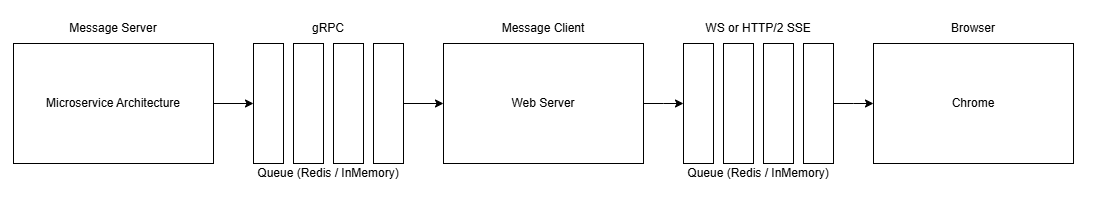
Earlier version of the draw.io export assets/schema.png (tripolskypetr/node-redis-grpc-stream-queue). Source tidied: cells renumbered, new cells last; positions are measured from the earlier drawing's top-left corner, leaving out a move shared by most shapes.
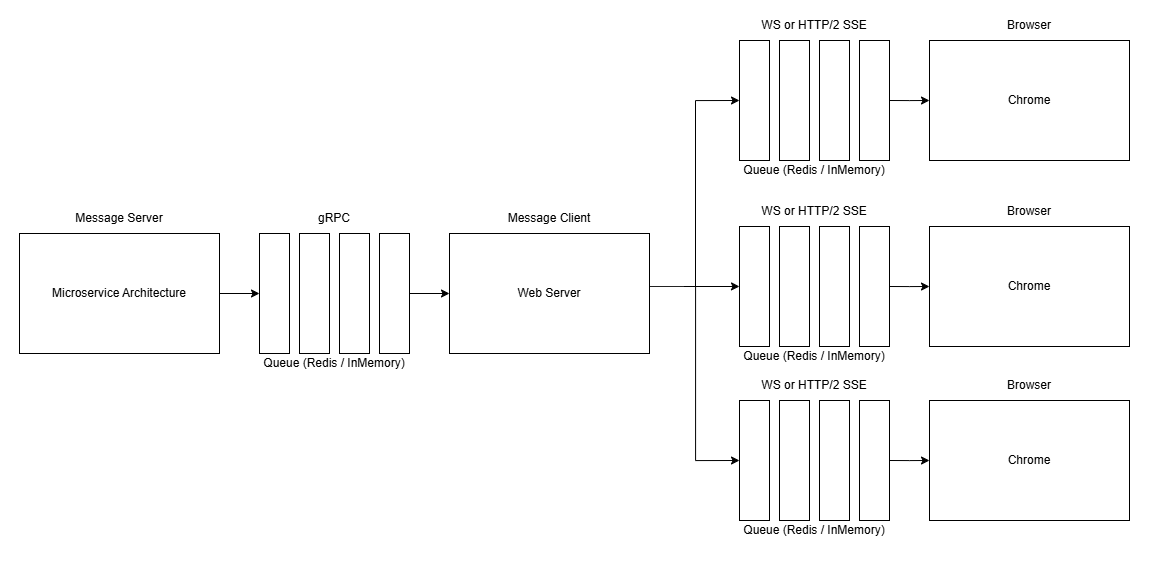
After the change.

Diff of the diagram source:
```diff
@@ -29,11 +29,6 @@
     <mxCell id="10" value="Queue (Redis / InMemory)" style="text;html=1;align=center;verticalAlign=middle;whiteSpace=wrap;rounded=0;" parent="1" vertex="1">
       <mxGeometry x="240" y="150" width="150" height="20" as="geometry" />
     </mxCell>
-    <mxCell id="11" style="edgeStyle=orthogonalEdgeStyle;rounded=0;jettySize=auto;html=1;exitX=1;exitY=0.5;exitDx=0;exitDy=0;entryX=0;entryY=0.5;entryDx=0;entryDy=0;" parent="1" edge="1" source="12">
-      <mxGeometry relative="1" as="geometry">
-        <mxPoint x="670" y="90" as="targetPoint" />
-      </mxGeometry>
-    </mxCell>
     <mxCell id="12" style="rounded=0;whiteSpace=wrap;html=1;" parent="1" vertex="1">
       <mxGeometry x="430" y="30" width="200" height="120" as="geometry" />
     </mxCell>
@@ -41,42 +36,120 @@
       <mxGeometry x="430" width="200" height="30" as="geometry" />
     </mxCell>
     <mxCell id="14" value="Queue (Redis / InMemory)" style="text;html=1;align=center;verticalAlign=middle;whiteSpace=wrap;rounded=0;" parent="1" vertex="1">
-      <mxGeometry x="670" y="150" width="150" height="20" as="geometry" />
+      <mxGeometry x="720" y="-43" width="150" height="20" as="geometry" />
     </mxCell>
     <mxCell id="15" style="rounded=0;whiteSpace=wrap;html=1;" parent="1" vertex="1">
-      <mxGeometry x="860" y="30" width="200" height="120" as="geometry" />
+      <mxGeometry x="910" y="-163" width="200" height="120" as="geometry" />
     </mxCell>
+    <mxCell id="26" style="edgeStyle=orthogonalEdgeStyle;rounded=0;jettySize=auto;html=1;exitX=1;exitY=0.25;exitDx=0;exitDy=0;entryX=0;entryY=0.5;entryDx=0;entryDy=0;" parent="1" edge="1" source="16" target="31">
+      <mxGeometry relative="1" as="geometry" />
+    </mxCell>
+    <mxCell id="27" style="edgeStyle=orthogonalEdgeStyle;rounded=0;jettySize=auto;html=1;exitX=1;exitY=0.25;exitDx=0;exitDy=0;entryX=0;entryY=0.5;entryDx=0;entryDy=0;" parent="1" edge="1" source="16" target="17">
+      <mxGeometry relative="1" as="geometry" />
+    </mxCell>
+    <mxCell id="28" style="edgeStyle=orthogonalEdgeStyle;rounded=0;jettySize=auto;html=1;exitX=1;exitY=0.25;exitDx=0;exitDy=0;entryX=0;entryY=0.5;entryDx=0;entryDy=0;" parent="1" edge="1" source="16" target="41">
+      <mxGeometry relative="1" as="geometry">
+        <Array as="points">
+          <mxPoint x="676" y="82" />
+          <mxPoint x="676" y="257" />
+        </Array>
+      </mxGeometry>
+    </mxCell>
     <mxCell id="16" value="Web Server" style="text;html=1;align=center;verticalAlign=middle;whiteSpace=wrap;rounded=0;" parent="1" vertex="1">
       <mxGeometry x="430" y="75" width="200" height="30" as="geometry" />
     </mxCell>
     <mxCell id="17" style="rounded=0;whiteSpace=wrap;html=1;" parent="1" vertex="1">
-      <mxGeometry x="670" y="30" width="30" height="120" as="geometry" />
+      <mxGeometry x="720" y="-163" width="30" height="120" as="geometry" />
     </mxCell>
     <mxCell id="18" style="rounded=0;whiteSpace=wrap;html=1;" parent="1" vertex="1">
-      <mxGeometry x="710" y="30" width="30" height="120" as="geometry" />
+      <mxGeometry x="760" y="-163" width="30" height="120" as="geometry" />
     </mxCell>
     <mxCell id="19" style="rounded=0;whiteSpace=wrap;html=1;" parent="1" vertex="1">
-      <mxGeometry x="750" y="30" width="30" height="120" as="geometry" />
+      <mxGeometry x="800" y="-163" width="30" height="120" as="geometry" />
     </mxCell>
     <mxCell id="20" style="edgeStyle=orthogonalEdgeStyle;rounded=0;jettySize=auto;html=1;exitX=1;exitY=0.5;exitDx=0;exitDy=0;" parent="1" edge="1" source="21">
       <mxGeometry relative="1" as="geometry">
-        <mxPoint x="860" y="90" as="targetPoint" />
+        <mxPoint x="910" y="-103" as="targetPoint" />
       </mxGeometry>
     </mxCell>
     <mxCell id="21" style="rounded=0;whiteSpace=wrap;html=1;" parent="1" vertex="1">
-      <mxGeometry x="790" y="30" width="30" height="120" as="geometry" />
+      <mxGeometry x="840" y="-163" width="30" height="120" as="geometry" />
     </mxCell>
     <mxCell id="22" value="Browser" style="text;html=1;align=center;verticalAlign=middle;whiteSpace=wrap;rounded=0;" parent="1" vertex="1">
-      <mxGeometry x="860" width="200" height="30" as="geometry" />
+      <mxGeometry x="910" y="-193" width="200" height="30" as="geometry" />
     </mxCell>
     <mxCell id="23" value="Chrome" style="text;html=1;align=center;verticalAlign=middle;whiteSpace=wrap;rounded=0;" parent="1" vertex="1">
-      <mxGeometry x="860" y="75" width="200" height="30" as="geometry" />
+      <mxGeometry x="910" y="-118" width="200" height="30" as="geometry" />
     </mxCell>
     <mxCell id="24" value="gRPC" style="text;html=1;align=center;verticalAlign=middle;whiteSpace=wrap;rounded=0;" parent="1" vertex="1">
       <mxGeometry x="240" width="150" height="30" as="geometry" />
     </mxCell>
     <mxCell id="25" value="WS or HTTP/2 SSE" style="text;html=1;align=center;verticalAlign=middle;whiteSpace=wrap;rounded=0;" parent="1" vertex="1">
-      <mxGeometry x="670" width="150" height="30" as="geometry" />
+      <mxGeometry x="720" y="-193" width="150" height="30" as="geometry" />
     </mxCell>
+    <mxCell id="29" value="Queue (Redis / InMemory)" style="text;html=1;align=center;verticalAlign=middle;whiteSpace=wrap;rounded=0;" parent="1" vertex="1">
+      <mxGeometry x="720" y="143" width="150" height="20" as="geometry" />
+    </mxCell>
+    <mxCell id="30" style="rounded=0;whiteSpace=wrap;html=1;" parent="1" vertex="1">
+      <mxGeometry x="910" y="23" width="200" height="120" as="geometry" />
+    </mxCell>
+    <mxCell id="31" style="rounded=0;whiteSpace=wrap;html=1;" parent="1" vertex="1">
+      <mxGeometry x="720" y="23" width="30" height="120" as="geometry" />
+    </mxCell>
+    <mxCell id="32" style="rounded=0;whiteSpace=wrap;html=1;" parent="1" vertex="1">
+      <mxGeometry x="760" y="23" width="30" height="120" as="geometry" />
+    </mxCell>
+    <mxCell id="33" style="rounded=0;whiteSpace=wrap;html=1;" parent="1" vertex="1">
+      <mxGeometry x="800" y="23" width="30" height="120" as="geometry" />
+    </mxCell>
+    <mxCell id="34" style="edgeStyle=orthogonalEdgeStyle;rounded=0;jettySize=auto;html=1;exitX=1;exitY=0.5;exitDx=0;exitDy=0;" parent="1" edge="1" source="35">
+      <mxGeometry relative="1" as="geometry">
+        <mxPoint x="910" y="83" as="targetPoint" />
+      </mxGeometry>
+    </mxCell>
+    <mxCell id="35" style="rounded=0;whiteSpace=wrap;html=1;" parent="1" vertex="1">
+      <mxGeometry x="840" y="23" width="30" height="120" as="geometry" />
+    </mxCell>
+    <mxCell id="36" value="Browser" style="text;html=1;align=center;verticalAlign=middle;whiteSpace=wrap;rounded=0;" parent="1" vertex="1">
+      <mxGeometry x="910" y="-7" width="200" height="30" as="geometry" />
+    </mxCell>
+    <mxCell id="37" value="Chrome" style="text;html=1;align=center;verticalAlign=middle;whiteSpace=wrap;rounded=0;" parent="1" vertex="1">
+      <mxGeometry x="910" y="68" width="200" height="30" as="geometry" />
+    </mxCell>
+    <mxCell id="38" value="WS or HTTP/2 SSE" style="text;html=1;align=center;verticalAlign=middle;whiteSpace=wrap;rounded=0;" parent="1" vertex="1">
+      <mxGeometry x="720" y="-7" width="150" height="30" as="geometry" />
+    </mxCell>
+    <mxCell id="39" value="Queue (Redis / InMemory)" style="text;html=1;align=center;verticalAlign=middle;whiteSpace=wrap;rounded=0;" parent="1" vertex="1">
+      <mxGeometry x="721" y="317" width="150" height="20" as="geometry" />
+    </mxCell>
+    <mxCell id="40" style="rounded=0;whiteSpace=wrap;html=1;" parent="1" vertex="1">
+      <mxGeometry x="911" y="197" width="200" height="120" as="geometry" />
+    </mxCell>
+    <mxCell id="41" style="rounded=0;whiteSpace=wrap;html=1;" parent="1" vertex="1">
+      <mxGeometry x="721" y="197" width="30" height="120" as="geometry" />
+    </mxCell>
+    <mxCell id="42" style="rounded=0;whiteSpace=wrap;html=1;" parent="1" vertex="1">
+      <mxGeometry x="761" y="197" width="30" height="120" as="geometry" />
+    </mxCell>
+    <mxCell id="43" style="rounded=0;whiteSpace=wrap;html=1;" parent="1" vertex="1">
+      <mxGeometry x="801" y="197" width="30" height="120" as="geometry" />
+    </mxCell>
+    <mxCell id="44" style="edgeStyle=orthogonalEdgeStyle;rounded=0;jettySize=auto;html=1;exitX=1;exitY=0.5;exitDx=0;exitDy=0;" parent="1" edge="1" source="45">
+      <mxGeometry relative="1" as="geometry">
+        <mxPoint x="911" y="257" as="targetPoint" />
+      </mxGeometry>
+    </mxCell>
+    <mxCell id="45" style="rounded=0;whiteSpace=wrap;html=1;" parent="1" vertex="1">
+      <mxGeometry x="841" y="197" width="30" height="120" as="geometry" />
+    </mxCell>
+    <mxCell id="46" value="Browser" style="text;html=1;align=center;verticalAlign=middle;whiteSpace=wrap;rounded=0;" parent="1" vertex="1">
+      <mxGeometry x="911" y="167" width="200" height="30" as="geometry" />
+    </mxCell>
+    <mxCell id="47" value="Chrome" style="text;html=1;align=center;verticalAlign=middle;whiteSpace=wrap;rounded=0;" parent="1" vertex="1">
+      <mxGeometry x="911" y="242" width="200" height="30" as="geometry" />
+    </mxCell>
+    <mxCell id="48" value="WS or HTTP/2 SSE" style="text;html=1;align=center;verticalAlign=middle;whiteSpace=wrap;rounded=0;" parent="1" vertex="1">
+      <mxGeometry x="721" y="167" width="150" height="30" as="geometry" />
+    </mxCell>
   </root>
 </mxGraphModel>
```
